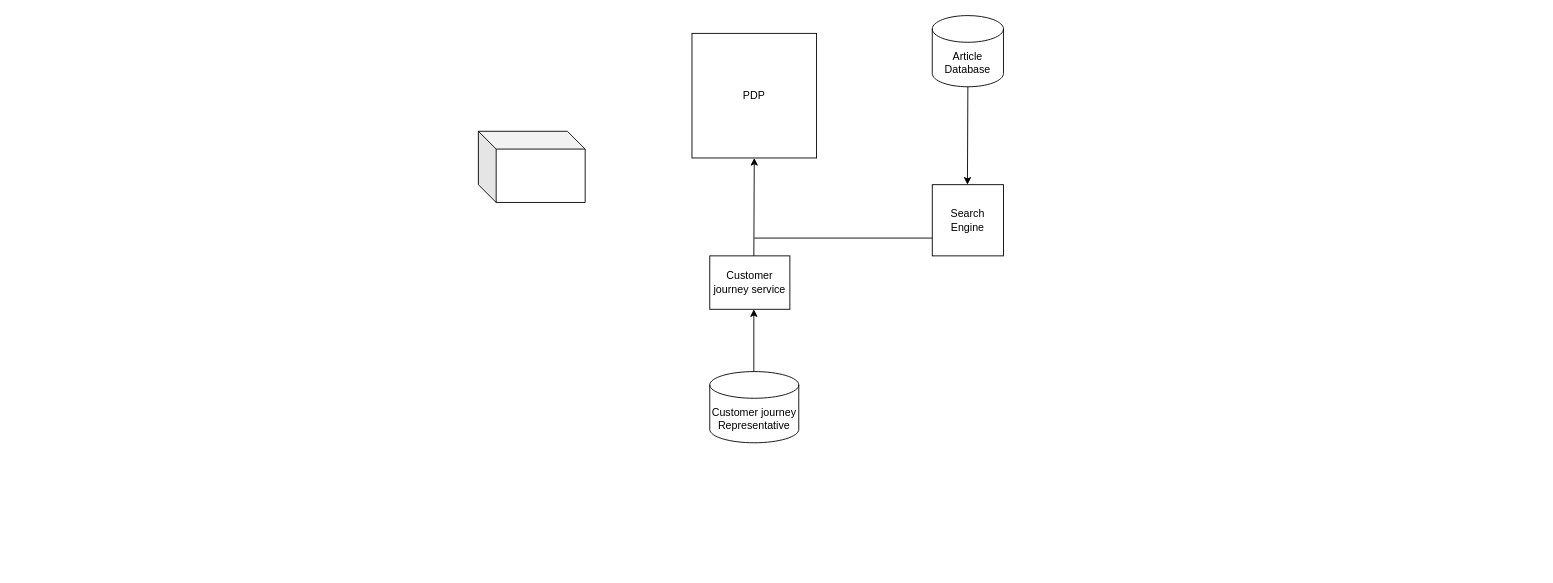
The draw.io diagram page "Page-2" (2 of 2) of Threat_modeling_of_zalando.drawio in NnamdiNgwu/threat_modeling_of_zalando, before the edit. Source tidied: cells renumbered, new cells numbered last; positions are measured from the earlier drawing's top-left corner, leaving out a move shared by most shapes. Both pictures are drawn from the tidied source at 89%, with x=0, y=0 at pixel (478, 15).
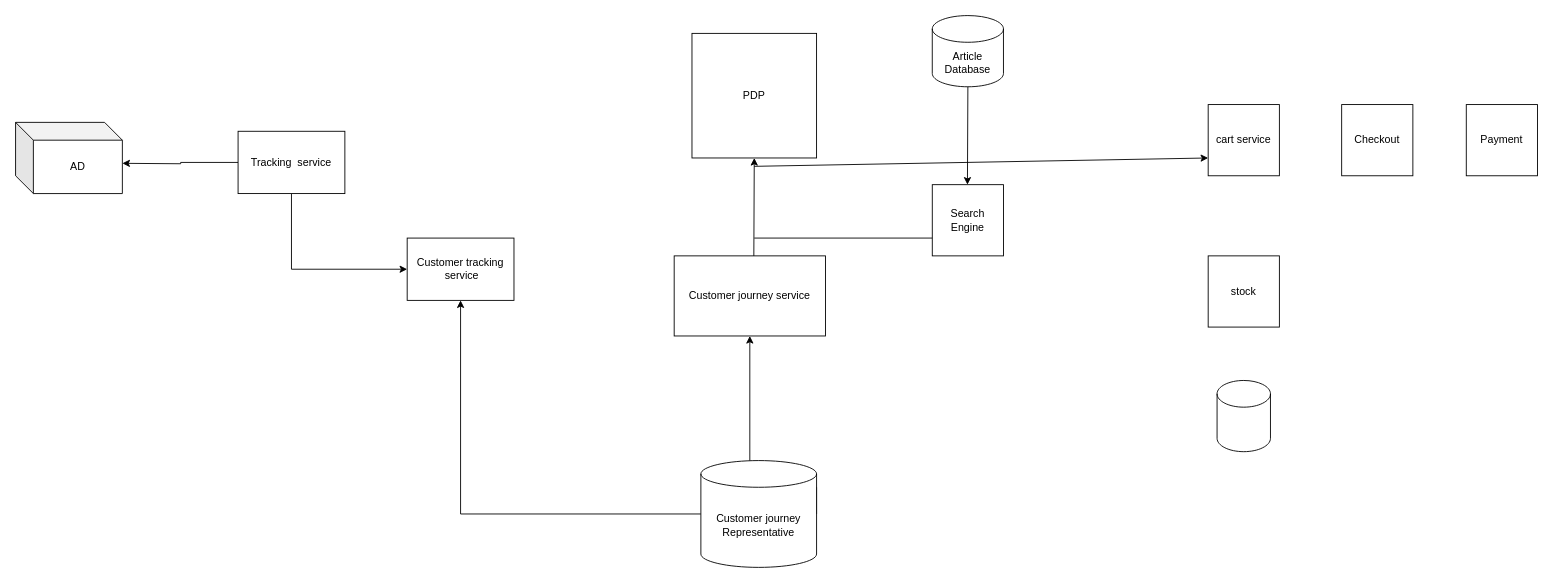
The same page after the edit.

Change to the diagram source:
```diff
@@
-    <mxCell id="3" style="shape=cube;whiteSpace=wrap;html=1;boundedLbl=1;backgroundOutline=1;darkOpacity=0.05;darkOpacity2=0.1;" parent="1" vertex="1">
-      <mxGeometry y="130" width="120" height="80" as="geometry" />
+    <mxCell id="3" value="AD" style="shape=cube;whiteSpace=wrap;html=1;boundedLbl=1;backgroundOutline=1;darkOpacity=0.05;darkOpacity2=0.1;" parent="1" vertex="1">
+      <mxGeometry x="-520" y="120" width="120" height="80" as="geometry" />
     </mxCell>
     <mxCell id="4" value="Customer journey service" style="rounded=0;whiteSpace=wrap;html=1;" parent="1" vertex="1">
-      <mxGeometry x="260" y="270" width="90" height="60" as="geometry" />
+      <mxGeometry x="220" y="270" width="170" height="90" as="geometry" />
     </mxCell>
+    <mxCell id="12" style="edgeStyle=orthogonalEdgeStyle;rounded=0;jettySize=auto;html=1;exitX=1;exitY=0.5;exitDx=0;exitDy=0;exitPerimeter=0;entryX=0.5;entryY=1;entryDx=0;entryDy=0;" parent="1" edge="1" source="5" target="4">
+      <mxGeometry relative="1" as="geometry">
+        <Array as="points">
+          <mxPoint x="305" y="530" />
+        </Array>
+      </mxGeometry>
+    </mxCell>
+    <mxCell id="13" style="edgeStyle=orthogonalEdgeStyle;rounded=0;jettySize=auto;html=1;exitX=0;exitY=0.5;exitDx=0;exitDy=0;exitPerimeter=0;entryX=0.5;entryY=1;entryDx=0;entryDy=0;" parent="1" edge="1" source="5" target="20">
+      <mxGeometry relative="1" as="geometry" />
+    </mxCell>
     <mxCell id="5" value="Customer journey Representative" style="shape=cylinder3;whiteSpace=wrap;html=1;boundedLbl=1;backgroundOutline=1;size=15;" parent="1" vertex="1">
-      <mxGeometry x="260" y="400" width="100" height="80" as="geometry" />
+      <mxGeometry x="250" y="500" width="130" height="120" as="geometry" />
     </mxCell>
@@
-    <mxCell id="9" style="endArrow=classic;html=1;rounded=0;" parent="1" edge="1">
-      <mxGeometry relative="1" as="geometry">
-        <mxPoint x="309.5" y="400" as="sourcePoint" />
-        <mxPoint x="309.5" y="330" as="targetPoint" />
-      </mxGeometry>
-    </mxCell>
@@
+    <mxCell id="14" value="cart service" style="whiteSpace=wrap;html=1;" parent="1" vertex="1">
+      <mxGeometry x="820" y="100" width="80" height="80" as="geometry" />
+    </mxCell>
+    <mxCell id="15" style="shape=cylinder3;whiteSpace=wrap;html=1;boundedLbl=1;backgroundOutline=1;size=15;" parent="1" vertex="1">
+      <mxGeometry x="830" y="410" width="60" height="80" as="geometry" />
+    </mxCell>
+    <mxCell id="16" value="stock" style="whiteSpace=wrap;html=1;" parent="1" vertex="1">
+      <mxGeometry x="820" y="270" width="80" height="80" as="geometry" />
+    </mxCell>
+    <mxCell id="17" style="endArrow=classic;html=1;rounded=0;entryX=0;entryY=0.75;entryDx=0;entryDy=0;" parent="1" edge="1" target="14">
+      <mxGeometry relative="1" as="geometry">
+        <mxPoint x="310" y="169.4" as="sourcePoint" />
+      </mxGeometry>
+    </mxCell>
+    <mxCell id="18" value="Checkout" style="whiteSpace=wrap;html=1;" parent="1" vertex="1">
+      <mxGeometry x="970" y="100" width="80" height="80" as="geometry" />
+    </mxCell>
+    <mxCell id="19" value="Payment" style="whiteSpace=wrap;html=1;" parent="1" vertex="1">
+      <mxGeometry x="1110" y="100" width="80" height="80" as="geometry" />
+    </mxCell>
+    <mxCell id="20" value="Customer tracking &amp;nbsp;service" style="rounded=0;whiteSpace=wrap;html=1;" parent="1" vertex="1">
+      <mxGeometry x="-80" y="250" width="120" height="70" as="geometry" />
+    </mxCell>
+    <mxCell id="21" style="edgeStyle=orthogonalEdgeStyle;rounded=0;jettySize=auto;html=1;exitX=0.5;exitY=1;exitDx=0;exitDy=0;entryX=0;entryY=0.5;entryDx=0;entryDy=0;" parent="1" edge="1" source="23" target="20">
+      <mxGeometry relative="1" as="geometry" />
+    </mxCell>
+    <mxCell id="22" style="edgeStyle=orthogonalEdgeStyle;rounded=0;jettySize=auto;html=1;exitX=0;exitY=0.5;exitDx=0;exitDy=0;" parent="1" edge="1" source="23">
+      <mxGeometry relative="1" as="geometry">
+        <mxPoint x="-400" y="166" as="targetPoint" />
+      </mxGeometry>
+    </mxCell>
+    <mxCell id="23" value="Tracking &amp;nbsp;service" style="rounded=0;whiteSpace=wrap;html=1;" parent="1" vertex="1">
+      <mxGeometry x="-270" y="130" width="120" height="70" as="geometry" />
+    </mxCell>
```
